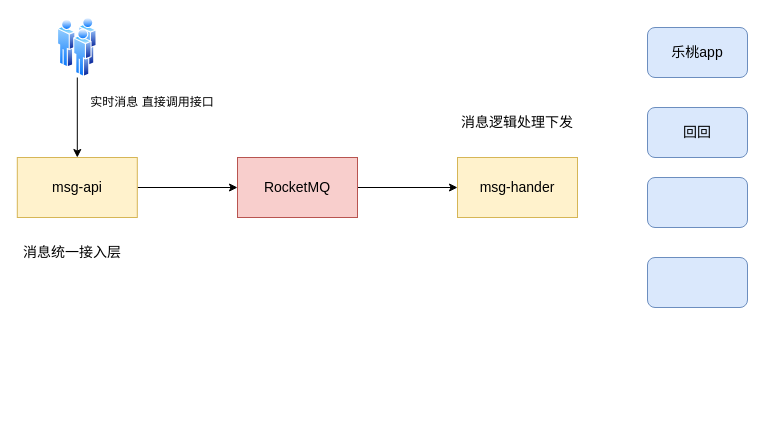
The draw.io diagram 中台/未命名绘图.drawio in gudujiujian11/diagram, before the edit. Source tidied: cells renumbered, new cells numbered last; positions are measured from the earlier drawing's top-left corner, leaving out a move shared by most shapes. Both pictures are drawn from the tidied source at 100%, with x=0, y=0 at pixel (17, 17).
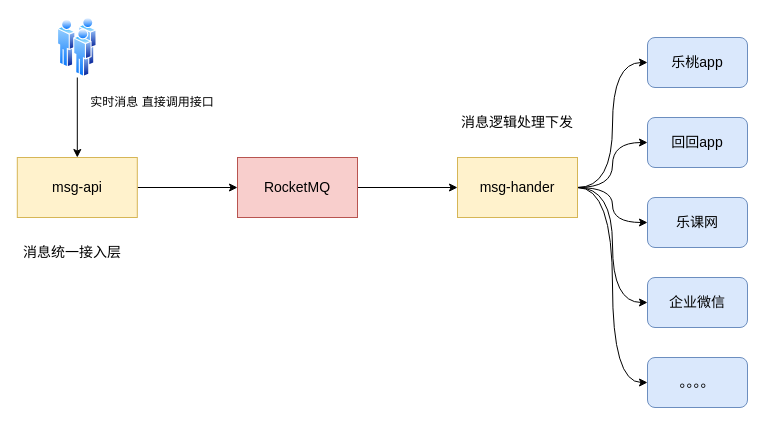
After the change.

Commit message (it also covers changes not shown here):
更新未命名绘图.drawio

The change refers to these unchanged cells:
```xml
<mxCell id="10" value="&lt;font style=&quot;font-size: 14px;&quot;&gt;msg-hander&lt;br&gt;&lt;/font&gt;" style="rounded=0;whiteSpace=wrap;html=1;fillColor=#fff2cc;strokeColor=#d6b656;" parent="1" vertex="1">
  <mxGeometry x="440" y="140" width="120" height="60" as="geometry" />
</mxCell>
```

What changed in the source:
```diff
@@
+    <mxCell id="16" style="edgeStyle=orthogonalEdgeStyle;rounded=0;jettySize=auto;html=1;exitX=1;exitY=0.5;exitDx=0;exitDy=0;entryX=0;entryY=0.5;entryDx=0;entryDy=0;fontSize=14;curved=1;" parent="1" edge="1" source="10" target="12">
+      <mxGeometry relative="1" as="geometry" />
+    </mxCell>
+    <mxCell id="17" style="rounded=0;jettySize=auto;html=1;fontSize=14;entryX=0;entryY=0.5;entryDx=0;entryDy=0;edgeStyle=orthogonalEdgeStyle;curved=1;" parent="1" edge="1" source="10" target="15">
+      <mxGeometry relative="1" as="geometry" />
+    </mxCell>
+    <mxCell id="18" style="edgeStyle=orthogonalEdgeStyle;curved=1;rounded=0;jettySize=auto;html=1;entryX=0;entryY=0.5;entryDx=0;entryDy=0;fontSize=14;" parent="1" edge="1" source="10" target="14">
+      <mxGeometry relative="1" as="geometry" />
+    </mxCell>
+    <mxCell id="19" style="edgeStyle=orthogonalEdgeStyle;curved=1;rounded=0;jettySize=auto;html=1;fontSize=14;" parent="1" edge="1" source="10" target="13">
+      <mxGeometry relative="1" as="geometry" />
+    </mxCell>
+    <mxCell id="20" style="edgeStyle=orthogonalEdgeStyle;curved=1;rounded=0;jettySize=auto;html=1;entryX=0;entryY=0.5;entryDx=0;entryDy=0;fontSize=14;" parent="1" edge="1" source="10" target="21">
+      <mxGeometry relative="1" as="geometry" />
+    </mxCell>
@@
     <mxCell id="12" value="乐桃app" style="rounded=1;whiteSpace=wrap;html=1;fontSize=14;fillColor=#dae8fc;strokeColor=#6c8ebf;" parent="1" vertex="1">
-      <mxGeometry x="630" y="10" width="100" height="50" as="geometry" />
+      <mxGeometry x="630" y="20" width="100" height="50" as="geometry" />
     </mxCell>
-    <mxCell id="13" value="回回" style="rounded=1;whiteSpace=wrap;html=1;fontSize=14;fillColor=#dae8fc;strokeColor=#6c8ebf;" parent="1" vertex="1">
-      <mxGeometry x="630" y="90" width="100" height="50" as="geometry" />
+    <mxCell id="13" value="回回app" style="rounded=1;whiteSpace=wrap;html=1;fontSize=14;fillColor=#dae8fc;strokeColor=#6c8ebf;" parent="1" vertex="1">
+      <mxGeometry x="630" y="100" width="100" height="50" as="geometry" />
     </mxCell>
-    <mxCell id="14" style="rounded=1;whiteSpace=wrap;html=1;fontSize=14;fillColor=#dae8fc;strokeColor=#6c8ebf;" parent="1" vertex="1">
-      <mxGeometry x="630" y="160" width="100" height="50" as="geometry" />
+    <mxCell id="14" value="乐课网" style="rounded=1;whiteSpace=wrap;html=1;fontSize=14;fillColor=#dae8fc;strokeColor=#6c8ebf;" parent="1" vertex="1">
+      <mxGeometry x="630" y="180" width="100" height="50" as="geometry" />
     </mxCell>
-    <mxCell id="15" style="rounded=1;whiteSpace=wrap;html=1;fontSize=14;fillColor=#dae8fc;strokeColor=#6c8ebf;" parent="1" vertex="1">
-      <mxGeometry x="630" y="240" width="100" height="50" as="geometry" />
+    <mxCell id="15" value="企业微信" style="rounded=1;whiteSpace=wrap;html=1;fontSize=14;fillColor=#dae8fc;strokeColor=#6c8ebf;" parent="1" vertex="1">
+      <mxGeometry x="630" y="260" width="100" height="50" as="geometry" />
     </mxCell>
+    <mxCell id="21" value="。。。。" style="rounded=1;whiteSpace=wrap;html=1;fontSize=14;fillColor=#dae8fc;strokeColor=#6c8ebf;" parent="1" vertex="1">
+      <mxGeometry x="630" y="340" width="100" height="50" as="geometry" />
+    </mxCell>
```
